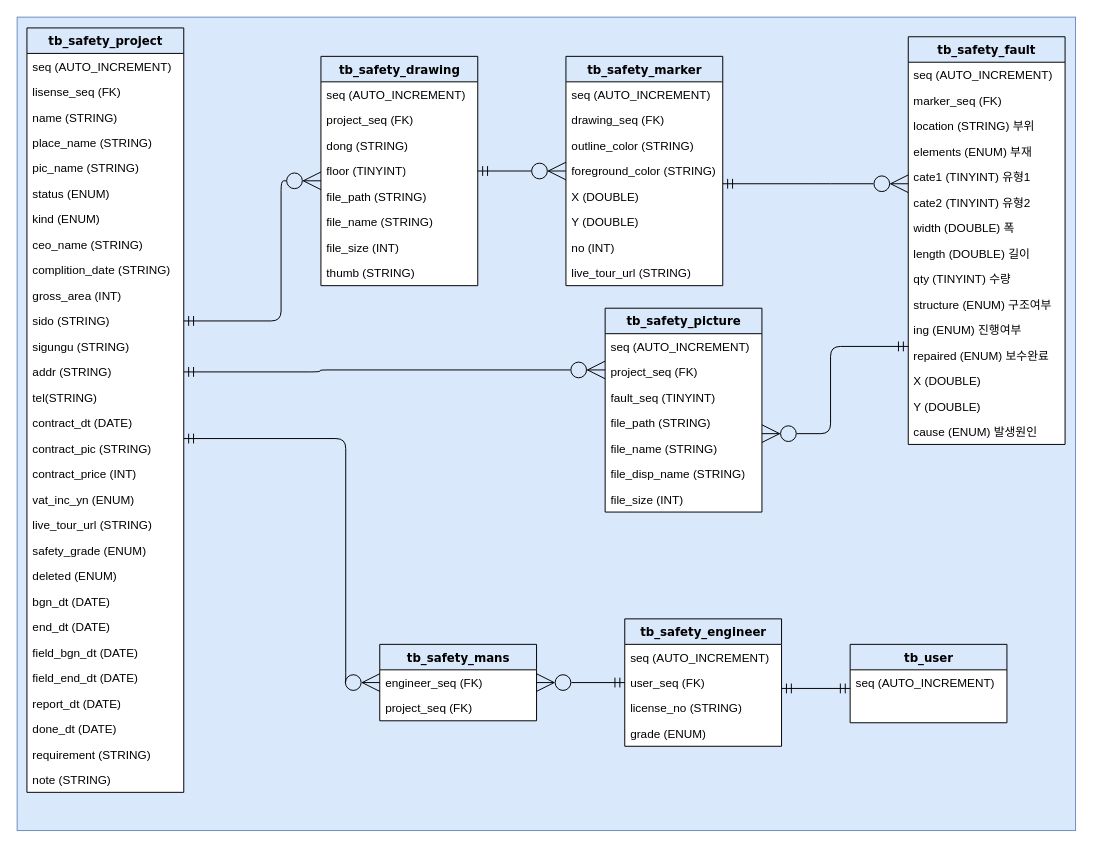
Before: ERD.drawio in maeivs/-inspection, a draw.io diagram. Source tidied: cells renumbered, new cells numbered last; positions are measured from the earlier drawing's top-left corner, leaving out a move shared by most shapes. Both pictures are drawn from the tidied source at 98%, with x=0, y=0 at pixel (17, 17).
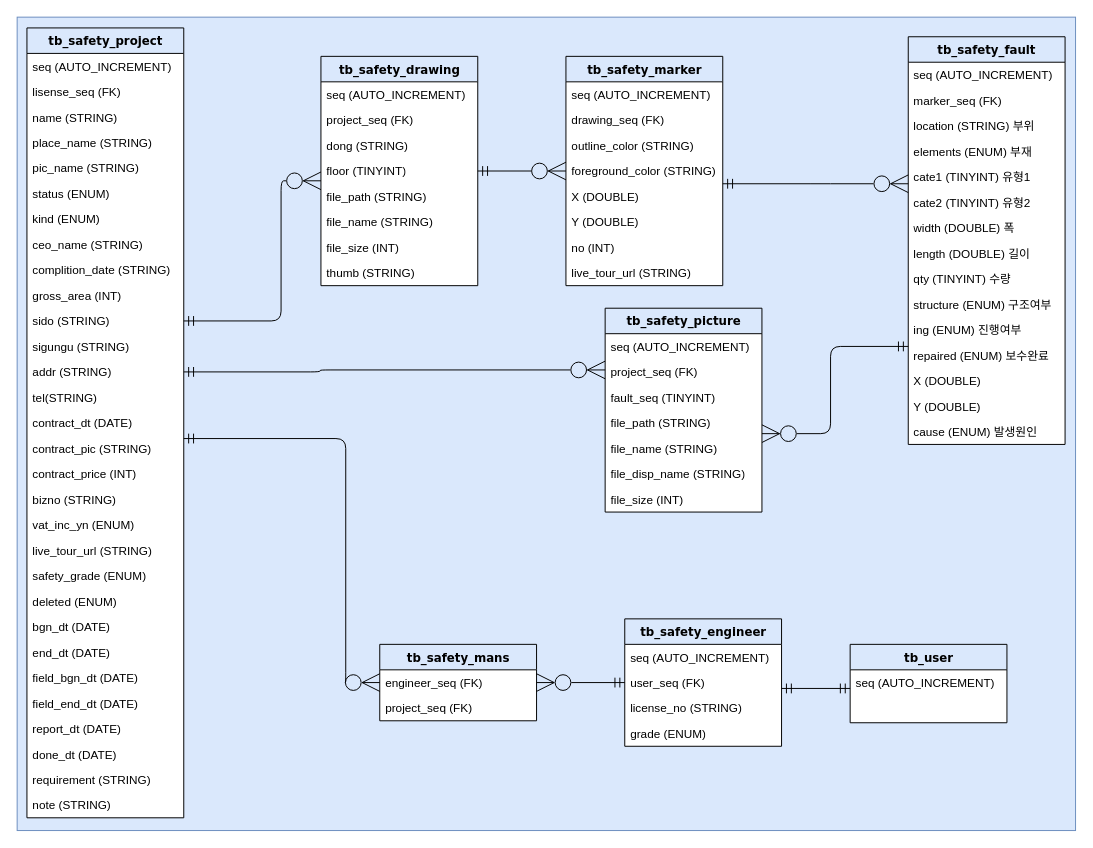
Above is the later version.

What changed in the source:
```diff
@@
     <mxCell id="3" value="tb_safety_project" style="swimlane;html=1;fontStyle=1;align=center;verticalAlign=top;horizontal=1;startSize=26;swimlaneFillColor=#ffffff;rounded=0;shadow=0;comic=0;labelBackgroundColor=none;strokeWidth=1;fillColor=none;fontFamily=Verdana;fontSize=12;" parent="1" vertex="1">
-      <mxGeometry x="10" y="11" width="160" height="780" as="geometry" />
+      <mxGeometry x="10" y="11" width="160" height="806" as="geometry" />
     </mxCell>
@@
+    <mxCell id="93" value="bizno (STRING)" style="text;html=1;strokeColor=none;fillColor=none;align=left;verticalAlign=top;spacingLeft=4;spacingRight=4;whiteSpace=wrap;overflow=hidden;" parent="3" vertex="1">
+      <mxGeometry y="468" width="160" height="26" as="geometry" />
+    </mxCell>
     <mxCell id="21" value="vat_inc_yn (ENUM)" style="text;html=1;strokeColor=none;fillColor=none;align=left;verticalAlign=top;spacingLeft=4;spacingRight=4;whiteSpace=wrap;overflow=hidden;" parent="3" vertex="1">
-      <mxGeometry y="468" width="160" height="26" as="geometry" />
+      <mxGeometry y="494" width="160" height="26" as="geometry" />
     </mxCell>
     <mxCell id="22" value="live_tour_url (STRING)" style="text;html=1;strokeColor=none;fillColor=none;align=left;verticalAlign=top;spacingLeft=4;spacingRight=4;whiteSpace=wrap;overflow=hidden;" parent="3" vertex="1">
-      <mxGeometry y="494" width="160" height="26" as="geometry" />
+      <mxGeometry y="520" width="160" height="26" as="geometry" />
     </mxCell>
     <mxCell id="23" value="safety_grade (ENUM)" style="text;html=1;strokeColor=none;fillColor=none;align=left;verticalAlign=top;spacingLeft=4;spacingRight=4;whiteSpace=wrap;overflow=hidden;" parent="3" vertex="1">
-      <mxGeometry y="520" width="160" height="26" as="geometry" />
+      <mxGeometry y="546" width="160" height="26" as="geometry" />
     </mxCell>
     <mxCell id="24" value="deleted (ENUM)" style="text;html=1;strokeColor=none;fillColor=none;align=left;verticalAlign=top;spacingLeft=4;spacingRight=4;whiteSpace=wrap;overflow=hidden;" parent="3" vertex="1">
-      <mxGeometry y="546" width="160" height="26" as="geometry" />
+      <mxGeometry y="572" width="160" height="26" as="geometry" />
     </mxCell>
     <mxCell id="25" value="bgn_dt (DATE)" style="text;html=1;strokeColor=none;fillColor=none;align=left;verticalAlign=top;spacingLeft=4;spacingRight=4;whiteSpace=wrap;overflow=hidden;" parent="3" vertex="1">
-      <mxGeometry y="572" width="160" height="26" as="geometry" />
+      <mxGeometry y="598" width="160" height="26" as="geometry" />
     </mxCell>
     <mxCell id="26" value="end_dt (DATE)" style="text;html=1;strokeColor=none;fillColor=none;align=left;verticalAlign=top;spacingLeft=4;spacingRight=4;whiteSpace=wrap;overflow=hidden;" parent="3" vertex="1">
-      <mxGeometry y="598" width="160" height="26" as="geometry" />
+      <mxGeometry y="624" width="160" height="26" as="geometry" />
     </mxCell>
     <mxCell id="27" value="field_bgn_dt (DATE)" style="text;html=1;strokeColor=none;fillColor=none;align=left;verticalAlign=top;spacingLeft=4;spacingRight=4;whiteSpace=wrap;overflow=hidden;" parent="3" vertex="1">
-      <mxGeometry y="624" width="160" height="26" as="geometry" />
+      <mxGeometry y="650" width="160" height="26" as="geometry" />
     </mxCell>
     <mxCell id="28" value="field_end_dt (DATE)" style="text;html=1;strokeColor=none;fillColor=none;align=left;verticalAlign=top;spacingLeft=4;spacingRight=4;whiteSpace=wrap;overflow=hidden;" parent="3" vertex="1">
-      <mxGeometry y="650" width="160" height="26" as="geometry" />
+      <mxGeometry y="676" width="160" height="26" as="geometry" />
     </mxCell>
     <mxCell id="29" value="report_dt (DATE)" style="text;html=1;strokeColor=none;fillColor=none;align=left;verticalAlign=top;spacingLeft=4;spacingRight=4;whiteSpace=wrap;overflow=hidden;" parent="3" vertex="1">
-      <mxGeometry y="676" width="160" height="26" as="geometry" />
+      <mxGeometry y="702" width="160" height="26" as="geometry" />
     </mxCell>
     <mxCell id="30" value="done_dt (DATE)" style="text;html=1;strokeColor=none;fillColor=none;align=left;verticalAlign=top;spacingLeft=4;spacingRight=4;whiteSpace=wrap;overflow=hidden;" parent="3" vertex="1">
-      <mxGeometry y="702" width="160" height="26" as="geometry" />
+      <mxGeometry y="728" width="160" height="26" as="geometry" />
     </mxCell>
     <mxCell id="31" value="requirement (STRING)" style="text;html=1;strokeColor=none;fillColor=none;align=left;verticalAlign=top;spacingLeft=4;spacingRight=4;whiteSpace=wrap;overflow=hidden;" parent="3" vertex="1">
-      <mxGeometry y="728" width="160" height="26" as="geometry" />
+      <mxGeometry y="754" width="160" height="26" as="geometry" />
     </mxCell>
     <mxCell id="32" value="note (STRING)" style="text;html=1;strokeColor=none;fillColor=none;align=left;verticalAlign=top;spacingLeft=4;spacingRight=4;whiteSpace=wrap;overflow=hidden;" parent="3" vertex="1">
-      <mxGeometry y="754" width="160" height="26" as="geometry" />
+      <mxGeometry y="780" width="160" height="26" as="geometry" />
     </mxCell>
```
